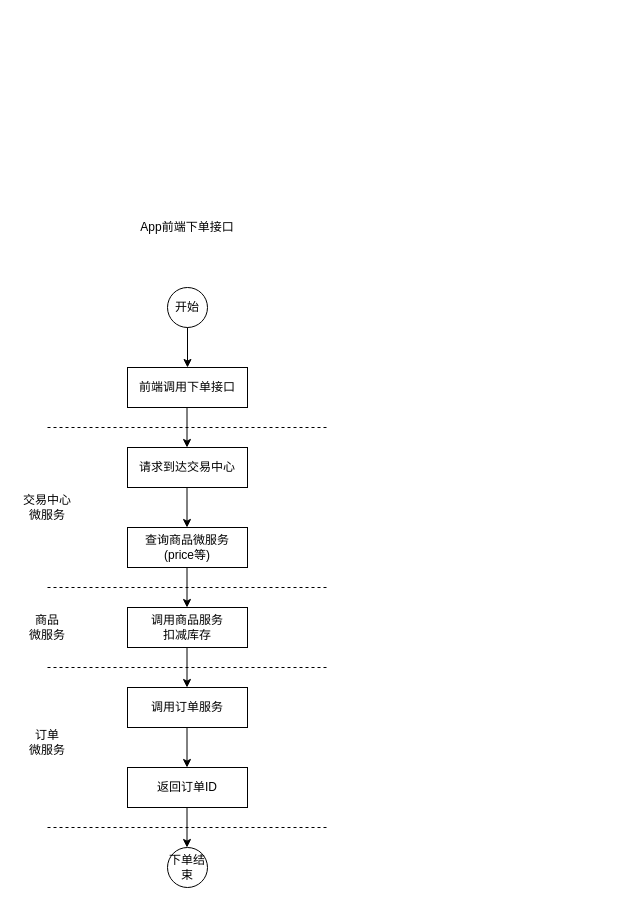
chenrushui/draw keeps this draw.io diagram as 数据一致性梳理.drawio. Above is the earlier version. Source tidied: cells renumbered, new cells numbered last; positions are measured from the earlier drawing's top-left corner, leaving out a move shared by most shapes. Both pictures are drawn from the tidied source at 100%, with x=0, y=0 at pixel (17, 217).
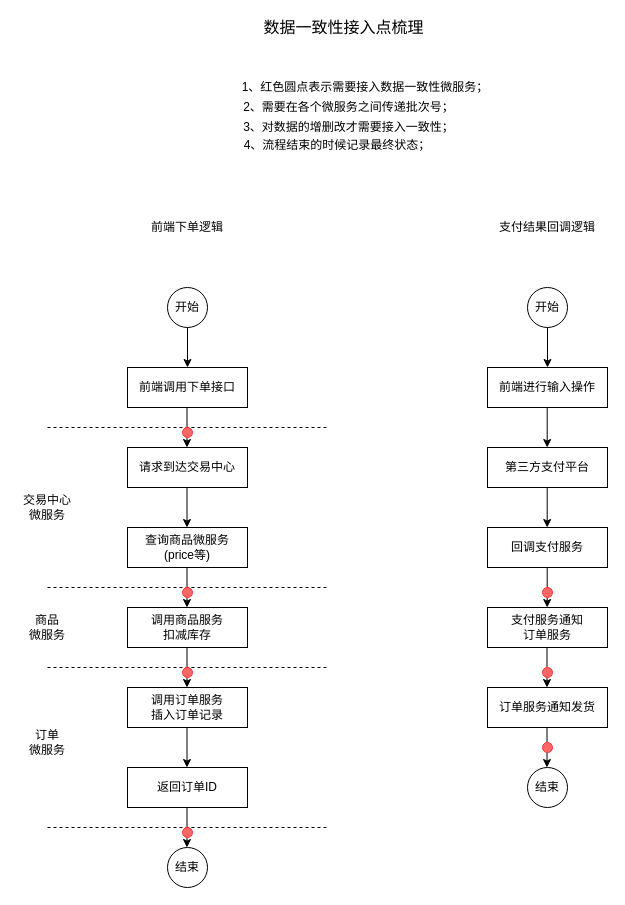
The same page after the edit.

Commit message (it also covers changes not shown here):
数据一致性梳理.drawio

The edit, as a diff of the source:
```diff
@@
-    <mxCell id="2" value="App前端下单接口" style="text;html=1;strokeColor=none;fillColor=none;align=center;verticalAlign=middle;whiteSpace=wrap;rounded=0;" parent="1" vertex="1">
+    <mxCell id="2" value="前端下单逻辑" style="text;html=1;strokeColor=none;fillColor=none;align=center;verticalAlign=middle;whiteSpace=wrap;rounded=0;" parent="1" vertex="1">
       <mxGeometry x="110" width="120" height="20" as="geometry" />
     </mxCell>
@@
-    <mxCell id="9" value="调用订单服务" style="rounded=0;whiteSpace=wrap;html=1;" parent="1" vertex="1">
+    <mxCell id="9" value="调用订单服务&lt;br&gt;插入订单记录" style="rounded=0;whiteSpace=wrap;html=1;" parent="1" vertex="1">
       <mxGeometry x="110" y="470" width="120" height="40" as="geometry" />
     </mxCell>
-    <mxCell id="10" value="下单结束" style="ellipse;whiteSpace=wrap;html=1;" parent="1" vertex="1">
+    <mxCell id="10" value="结束" style="ellipse;whiteSpace=wrap;html=1;" parent="1" vertex="1">
       <mxGeometry x="150" y="630" width="40" height="40" as="geometry" />
     </mxCell>
@@
+    <mxCell id="25" value="1、红色圆点表示需要接入数据一致性微服务；" style="text;html=1;strokeColor=none;fillColor=none;align=center;verticalAlign=middle;whiteSpace=wrap;rounded=0;" parent="1" vertex="1">
+      <mxGeometry x="223" y="-140" width="250" height="20" as="geometry" />
+    </mxCell>
+    <mxCell id="26" style="ellipse;whiteSpace=wrap;html=1;fillColor=#FF6666;strokeColor=#FF3333;" parent="1" vertex="1">
+      <mxGeometry x="165" y="210" width="10" height="10" as="geometry" />
+    </mxCell>
+    <mxCell id="27" style="ellipse;whiteSpace=wrap;html=1;fillColor=#FF6666;strokeColor=#FF3333;" parent="1" vertex="1">
+      <mxGeometry x="165" y="370" width="10" height="10" as="geometry" />
+    </mxCell>
+    <mxCell id="28" style="ellipse;whiteSpace=wrap;html=1;fillColor=#FF6666;strokeColor=#FF3333;" parent="1" vertex="1">
+      <mxGeometry x="165" y="450" width="10" height="10" as="geometry" />
+    </mxCell>
+    <mxCell id="29" value="2、需要在各个微服务之间传递批次号；" style="text;html=1;strokeColor=none;fillColor=none;align=center;verticalAlign=middle;whiteSpace=wrap;rounded=0;" parent="1" vertex="1">
+      <mxGeometry x="220" y="-120" width="223" height="20" as="geometry" />
+    </mxCell>
+    <mxCell id="30" value="3、对数据的增删改才需要接入一致性；" style="text;html=1;strokeColor=none;fillColor=none;align=center;verticalAlign=middle;whiteSpace=wrap;rounded=0;" parent="1" vertex="1">
+      <mxGeometry x="220" y="-100" width="223" height="20" as="geometry" />
+    </mxCell>
+    <mxCell id="31" value="支付结果回调逻辑" style="text;html=1;strokeColor=none;fillColor=none;align=center;verticalAlign=middle;whiteSpace=wrap;rounded=0;" parent="1" vertex="1">
+      <mxGeometry x="470" width="120" height="20" as="geometry" />
+    </mxCell>
+    <mxCell id="32" value="开始" style="ellipse;whiteSpace=wrap;html=1;" parent="1" vertex="1">
+      <mxGeometry x="510" y="70" width="40" height="40" as="geometry" />
+    </mxCell>
+    <mxCell id="33" value="前端进行输入操作" style="rounded=0;whiteSpace=wrap;html=1;" parent="1" vertex="1">
+      <mxGeometry x="470" y="150" width="120" height="40" as="geometry" />
+    </mxCell>
+    <mxCell id="34" style="endArrow=classic;html=1;exitX=0.5;exitY=1;exitDx=0;exitDy=0;entryX=0.5;entryY=0;entryDx=0;entryDy=0;" parent="1" edge="1" source="32" target="33">
+      <mxGeometry relative="1" as="geometry" />
+    </mxCell>
+    <mxCell id="35" value="第三方支付平台" style="rounded=0;whiteSpace=wrap;html=1;" parent="1" vertex="1">
+      <mxGeometry x="470" y="230" width="120" height="40" as="geometry" />
+    </mxCell>
+    <mxCell id="36" style="endArrow=classic;html=1;exitX=0.5;exitY=1;exitDx=0;exitDy=0;entryX=0.5;entryY=0;entryDx=0;entryDy=0;" parent="1" edge="1">
+      <mxGeometry relative="1" as="geometry">
+        <mxPoint x="529.7" y="190" as="sourcePoint" />
+        <mxPoint x="529.7" y="230" as="targetPoint" />
+      </mxGeometry>
+    </mxCell>
+    <mxCell id="37" value="回调支付服务" style="rounded=0;whiteSpace=wrap;html=1;" parent="1" vertex="1">
+      <mxGeometry x="470" y="310" width="120" height="40" as="geometry" />
+    </mxCell>
+    <mxCell id="38" value="支付服务通知&lt;br&gt;订单服务" style="rounded=0;whiteSpace=wrap;html=1;" parent="1" vertex="1">
+      <mxGeometry x="470" y="390" width="120" height="40" as="geometry" />
+    </mxCell>
+    <mxCell id="39" style="endArrow=classic;html=1;exitX=0.5;exitY=1;exitDx=0;exitDy=0;entryX=0.5;entryY=0;entryDx=0;entryDy=0;" parent="1" edge="1">
+      <mxGeometry relative="1" as="geometry">
+        <mxPoint x="529.7" y="270" as="sourcePoint" />
+        <mxPoint x="529.7" y="310" as="targetPoint" />
+      </mxGeometry>
+    </mxCell>
+    <mxCell id="40" style="endArrow=classic;html=1;exitX=0.5;exitY=1;exitDx=0;exitDy=0;entryX=0.5;entryY=0;entryDx=0;entryDy=0;" parent="1" edge="1">
+      <mxGeometry relative="1" as="geometry">
+        <mxPoint x="529.7" y="350" as="sourcePoint" />
+        <mxPoint x="529.7" y="390" as="targetPoint" />
+      </mxGeometry>
+    </mxCell>
+    <mxCell id="41" value="订单服务通知发货" style="rounded=0;whiteSpace=wrap;html=1;" parent="1" vertex="1">
+      <mxGeometry x="470" y="470" width="120" height="40" as="geometry" />
+    </mxCell>
+    <mxCell id="42" style="endArrow=classic;html=1;exitX=0.5;exitY=1;exitDx=0;exitDy=0;entryX=0.5;entryY=0;entryDx=0;entryDy=0;" parent="1" edge="1">
+      <mxGeometry relative="1" as="geometry">
+        <mxPoint x="529.5" y="430" as="sourcePoint" />
+        <mxPoint x="529.5" y="470" as="targetPoint" />
+      </mxGeometry>
+    </mxCell>
+    <mxCell id="43" value="结束" style="ellipse;whiteSpace=wrap;html=1;" parent="1" vertex="1">
+      <mxGeometry x="510" y="550" width="40" height="40" as="geometry" />
+    </mxCell>
+    <mxCell id="44" style="endArrow=classic;html=1;exitX=0.5;exitY=1;exitDx=0;exitDy=0;entryX=0.5;entryY=0;entryDx=0;entryDy=0;" parent="1" edge="1">
+      <mxGeometry relative="1" as="geometry">
+        <mxPoint x="529.5" y="510" as="sourcePoint" />
+        <mxPoint x="529.5" y="550" as="targetPoint" />
+      </mxGeometry>
+    </mxCell>
+    <mxCell id="45" style="ellipse;whiteSpace=wrap;html=1;fillColor=#FF6666;strokeColor=#FF3333;" parent="1" vertex="1">
+      <mxGeometry x="525" y="370" width="10" height="10" as="geometry" />
+    </mxCell>
+    <mxCell id="46" style="ellipse;whiteSpace=wrap;html=1;fillColor=#FF6666;strokeColor=#FF3333;fontStyle=1;" parent="1" vertex="1">
+      <mxGeometry x="525" y="450" width="10" height="10" as="geometry" />
+    </mxCell>
+    <mxCell id="47" style="ellipse;whiteSpace=wrap;html=1;fillColor=#FF6666;strokeColor=#FF3333;" parent="1" vertex="1">
+      <mxGeometry x="165" y="610" width="10" height="10" as="geometry" />
+    </mxCell>
+    <mxCell id="48" style="ellipse;whiteSpace=wrap;html=1;fillColor=#FF6666;strokeColor=#FF3333;" parent="1" vertex="1">
+      <mxGeometry x="525" y="525" width="10" height="10" as="geometry" />
+    </mxCell>
+    <mxCell id="49" value="4、流程结束的时候记录最终状态；" style="text;html=1;strokeColor=none;fillColor=none;align=center;verticalAlign=middle;whiteSpace=wrap;rounded=0;" parent="1" vertex="1">
+      <mxGeometry x="220" y="-82" width="200" height="20" as="geometry" />
+    </mxCell>
+    <mxCell id="50" value="数据一致性接入点梳理" style="text;html=1;strokeColor=none;fillColor=none;align=center;verticalAlign=middle;whiteSpace=wrap;rounded=0;fontSize=16;" parent="1" vertex="1">
+      <mxGeometry x="243" y="-200" width="167" height="20" as="geometry" />
+    </mxCell>
```
